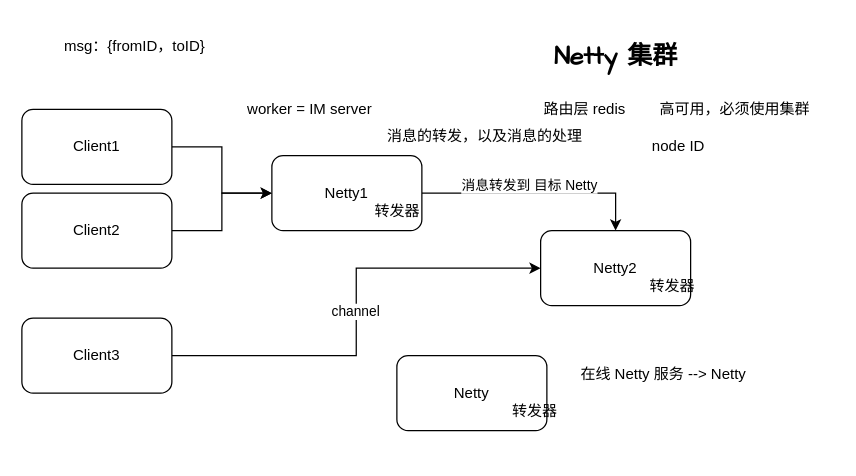
BanTanger/im-whale-shark keeps this draw.io diagram as page "第 11 页" (11 of 11) of im-system-design.drawio. Above is the earlier version. Source tidied: cells renumbered, new cells numbered last; positions are measured from the earlier drawing's top-left corner, leaving out a move shared by most shapes. Both pictures are drawn from the tidied source at 125%, with x=0, y=0 at pixel (21, 28).
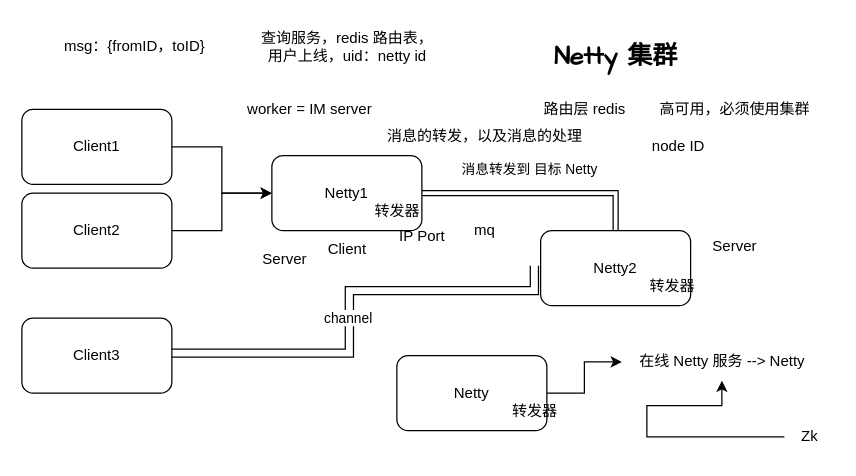
The same diagram, later.

The change refers to these unchanged cells:
```xml
<mxCell id="5" value="Netty1" style="rounded=1;whiteSpace=wrap;html=1;" parent="1" vertex="1">
  <mxGeometry x="200" y="102" width="120" height="60" as="geometry" />
</mxCell>
<mxCell id="7" value="Netty2" style="rounded=1;whiteSpace=wrap;html=1;" parent="1" vertex="1">
  <mxGeometry x="415" y="162" width="120" height="60" as="geometry" />
</mxCell>
<mxCell id="8" value="Netty" style="rounded=1;whiteSpace=wrap;html=1;" parent="1" vertex="1">
  <mxGeometry x="300" y="262" width="120" height="60" as="geometry" />
</mxCell>
<mxCell id="18" value="Client3" style="rounded=1;whiteSpace=wrap;html=1;" parent="1" vertex="1">
  <mxGeometry y="232" width="120" height="60" as="geometry" />
</mxCell>
```

What changed in the source:
```diff
@@
-    <mxCell id="3" style="edgeStyle=orthogonalEdgeStyle;rounded=0;jettySize=auto;html=1;entryX=0.5;entryY=0;entryDx=0;entryDy=0;" parent="1" edge="1" source="5" target="7">
+    <mxCell id="3" style="edgeStyle=orthogonalEdgeStyle;rounded=0;jettySize=auto;html=1;entryX=0.5;entryY=0;entryDx=0;entryDy=0;shape=link;" parent="1" edge="1" source="5" target="7">
       <mxGeometry relative="1" as="geometry" />
     </mxCell>
     <mxCell id="4" value="消息转发到 目标 Netty" style="edgeLabel;html=1;align=center;verticalAlign=middle;" parent="3" vertex="1">
       <mxGeometry x="-0.43" relative="1" as="geometry">
-        <mxPoint x="32" y="-7" as="offset" />
+        <mxPoint x="32" y="-20" as="offset" />
       </mxGeometry>
     </mxCell>
@@
+    <mxCell id="25" style="edgeStyle=orthogonalEdgeStyle;rounded=0;jettySize=auto;html=1;" parent="1" edge="1" source="8" target="24">
+      <mxGeometry relative="1" as="geometry" />
+    </mxCell>
@@
-    <mxCell id="16" style="edgeStyle=orthogonalEdgeStyle;rounded=0;jettySize=auto;html=1;entryX=0;entryY=0.5;entryDx=0;entryDy=0;" parent="1" edge="1" source="18" target="7">
-      <mxGeometry relative="1" as="geometry" />
+    <mxCell id="16" style="edgeStyle=orthogonalEdgeStyle;rounded=0;orthogonalLoop=1;jettySize=auto;html=1;entryX=0;entryY=0.5;entryDx=0;entryDy=0;shape=link;width=6.551724137931036;" parent="1" edge="1">
+      <mxGeometry relative="1" as="geometry">
+        <mxPoint x="115" y="260" as="sourcePoint" />
+        <mxPoint x="410" y="190" as="targetPoint" />
+        <Array as="points">
+          <mxPoint x="262" y="260" />
+          <mxPoint x="262" y="210" />
+          <mxPoint x="410" y="210" />
+        </Array>
+      </mxGeometry>
     </mxCell>
     <mxCell id="17" value="channel" style="edgeLabel;html=1;align=center;verticalAlign=middle;" parent="16" vertex="1">
-      <mxGeometry y="1" relative="1" as="geometry" />
+      <mxGeometry y="1" relative="1" as="geometry">
+        <mxPoint x="-1" y="7" as="offset" />
+      </mxGeometry>
     </mxCell>
@@
     <mxCell id="24" value="在线 Netty 服务 --&amp;gt; Netty" style="text;html=1;align=center;verticalAlign=middle;points=[];strokeColor=none;fillColor=none;" parent="1" vertex="1">
-      <mxGeometry x="433" y="262" width="160" height="30" as="geometry" />
+      <mxGeometry x="480" y="252" width="160" height="30" as="geometry" />
     </mxCell>
+    <mxCell id="26" value="mq" style="text;html=1;align=center;verticalAlign=middle;strokeColor=none;fillColor=none;" parent="1" vertex="1">
+      <mxGeometry x="350" y="147" width="40" height="30" as="geometry" />
+    </mxCell>
+    <mxCell id="27" value="Server" style="text;html=1;align=center;verticalAlign=middle;strokeColor=none;fillColor=none;" parent="1" vertex="1">
+      <mxGeometry x="180" y="170" width="60" height="30" as="geometry" />
+    </mxCell>
+    <mxCell id="28" value="Client" style="text;html=1;align=center;verticalAlign=middle;strokeColor=none;fillColor=none;" parent="1" vertex="1">
+      <mxGeometry x="235" y="162" width="50" height="30" as="geometry" />
+    </mxCell>
+    <mxCell id="29" value="Server" style="text;html=1;align=center;verticalAlign=middle;strokeColor=none;fillColor=none;" parent="1" vertex="1">
+      <mxGeometry x="540" y="160" width="60" height="30" as="geometry" />
+    </mxCell>
+    <mxCell id="30" value="IP Port" style="text;html=1;align=center;verticalAlign=middle;strokeColor=none;fillColor=none;" parent="1" vertex="1">
+      <mxGeometry x="290" y="152" width="60" height="30" as="geometry" />
+    </mxCell>
+    <mxCell id="31" style="edgeStyle=orthogonalEdgeStyle;rounded=0;jettySize=auto;html=1;" parent="1" edge="1" source="32" target="24">
+      <mxGeometry relative="1" as="geometry">
+        <Array as="points">
+          <mxPoint x="500" y="327" />
+          <mxPoint x="500" y="302" />
+          <mxPoint x="560" y="302" />
+        </Array>
+      </mxGeometry>
+    </mxCell>
+    <mxCell id="32" value="Zk" style="text;html=1;align=center;verticalAlign=middle;points=[];strokeColor=none;fillColor=none;" parent="1" vertex="1">
+      <mxGeometry x="610" y="312" width="40" height="30" as="geometry" />
+    </mxCell>
+    <mxCell id="33" value="查询服务，redis 路由表，&lt;br&gt;用户上线，uid：netty id" style="text;html=1;align=center;verticalAlign=middle;strokeColor=none;fillColor=none;" parent="1" vertex="1">
+      <mxGeometry x="180" y="-5" width="160" height="40" as="geometry" />
+    </mxCell>
```
